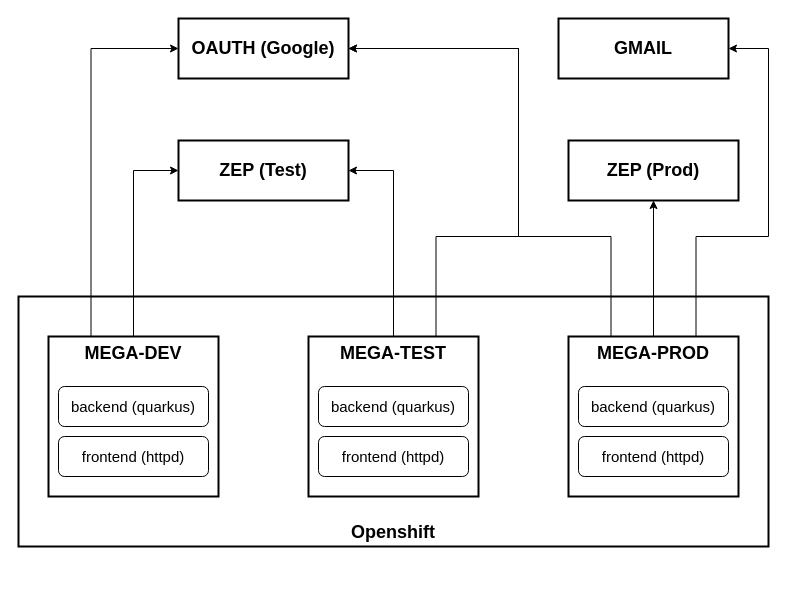
Before: doc/drawings/mega-infrastructure.drawio in Gepardec/mega-infrastructure, a draw.io diagram. Source tidied: cells renumbered, new cells numbered last; positions are measured from the earlier drawing's top-left corner, leaving out a move shared by most shapes. Both pictures are drawn from the tidied source at 100%, with x=0, y=0 at pixel (18, 18).
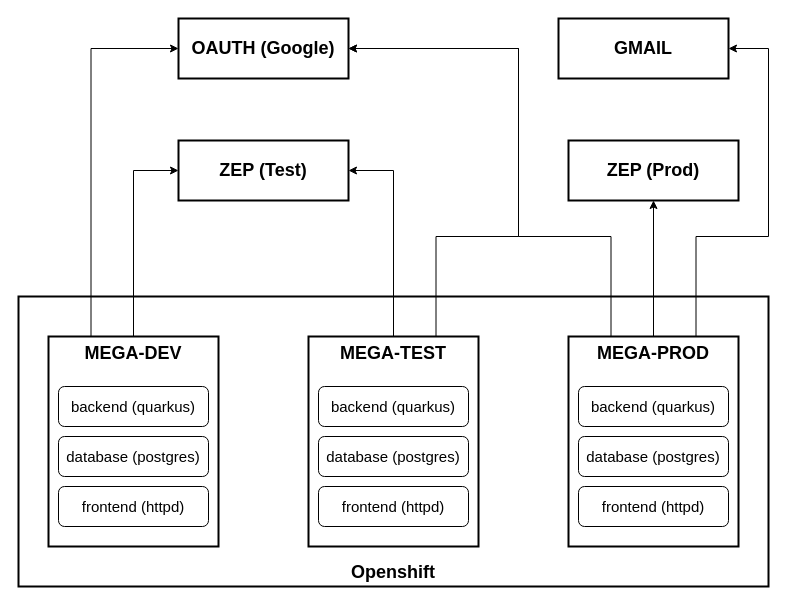
After the change.

The edit, as a diff of the source:
```diff
@@
     <mxCell id="2" value="Openshift" style="rounded=0;whiteSpace=wrap;html=1;strokeWidth=2;fontSize=18;align=center;verticalAlign=bottom;fontStyle=1;" parent="1" vertex="1">
-      <mxGeometry y="278" width="750" height="250" as="geometry" />
+      <mxGeometry y="278" width="750" height="290" as="geometry" />
     </mxCell>
@@
     <mxCell id="5" value="MEGA-DEV" style="rounded=0;whiteSpace=wrap;html=1;fontSize=18;verticalAlign=top;fontStyle=1;strokeWidth=2;" parent="1" vertex="1">
-      <mxGeometry x="30" y="318" width="170" height="160" as="geometry" />
+      <mxGeometry x="30" y="318" width="170" height="210" as="geometry" />
     </mxCell>
@@
     <mxCell id="8" value="MEGA-TEST" style="rounded=0;whiteSpace=wrap;html=1;fontSize=18;verticalAlign=top;fontStyle=1;strokeWidth=2;" parent="1" vertex="1">
-      <mxGeometry x="290" y="318" width="170" height="160" as="geometry" />
+      <mxGeometry x="290" y="318" width="170" height="210" as="geometry" />
     </mxCell>
@@
     <mxCell id="12" value="MEGA-PROD" style="rounded=0;whiteSpace=wrap;html=1;fontSize=18;verticalAlign=top;fontStyle=1;strokeWidth=2;" parent="1" vertex="1">
-      <mxGeometry x="550" y="318" width="170" height="160" as="geometry" />
+      <mxGeometry x="550" y="318" width="170" height="210" as="geometry" />
     </mxCell>
@@
     <mxCell id="18" value="&lt;font style=&quot;font-size: 15px&quot;&gt;frontend (httpd)&lt;/font&gt;" style="rounded=1;whiteSpace=wrap;html=1;fontSize=18;align=center;" parent="1" vertex="1">
-      <mxGeometry x="40" y="418" width="150" height="40" as="geometry" />
+      <mxGeometry x="40" y="468" width="150" height="40" as="geometry" />
     </mxCell>
@@
     <mxCell id="20" value="&lt;font style=&quot;font-size: 15px&quot;&gt;frontend (httpd)&lt;/font&gt;" style="rounded=1;whiteSpace=wrap;html=1;fontSize=18;align=center;" parent="1" vertex="1">
-      <mxGeometry x="300" y="418" width="150" height="40" as="geometry" />
+      <mxGeometry x="300" y="468" width="150" height="40" as="geometry" />
     </mxCell>
@@
     <mxCell id="22" value="&lt;font style=&quot;font-size: 15px&quot;&gt;frontend (httpd)&lt;/font&gt;" style="rounded=1;whiteSpace=wrap;html=1;fontSize=18;align=center;" parent="1" vertex="1">
-      <mxGeometry x="560" y="418" width="150" height="40" as="geometry" />
+      <mxGeometry x="560" y="468" width="150" height="40" as="geometry" />
     </mxCell>
+    <mxCell id="23" value="&lt;font style=&quot;font-size: 15px&quot;&gt;database (postgres)&lt;/font&gt;" style="rounded=1;whiteSpace=wrap;html=1;fontSize=18;align=center;" parent="1" vertex="1">
+      <mxGeometry x="300" y="418" width="150" height="40" as="geometry" />
+    </mxCell>
+    <mxCell id="24" value="&lt;font style=&quot;font-size: 15px&quot;&gt;database (postgres)&lt;/font&gt;" style="rounded=1;whiteSpace=wrap;html=1;fontSize=18;align=center;" parent="1" vertex="1">
+      <mxGeometry x="40" y="418" width="150" height="40" as="geometry" />
+    </mxCell>
+    <mxCell id="25" value="&lt;font style=&quot;font-size: 15px&quot;&gt;database (postgres)&lt;/font&gt;" style="rounded=1;whiteSpace=wrap;html=1;fontSize=18;align=center;" parent="1" vertex="1">
+      <mxGeometry x="560" y="418" width="150" height="40" as="geometry" />
+    </mxCell>
```
